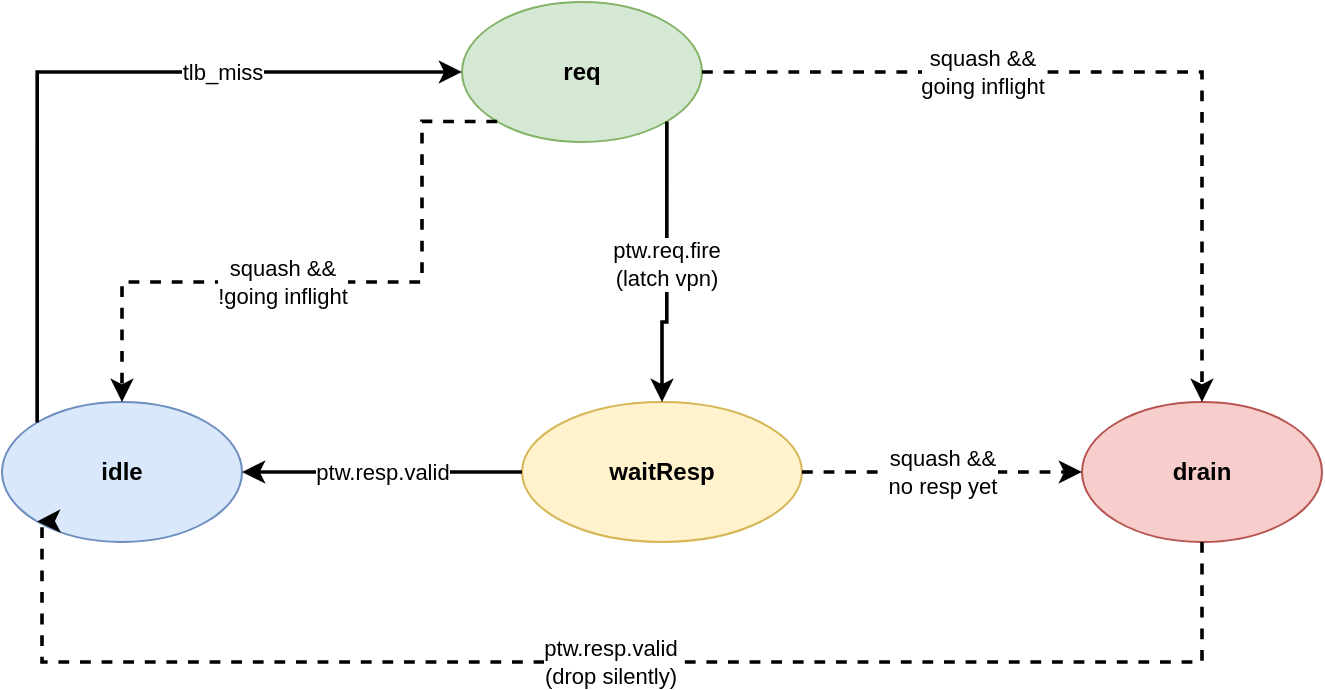
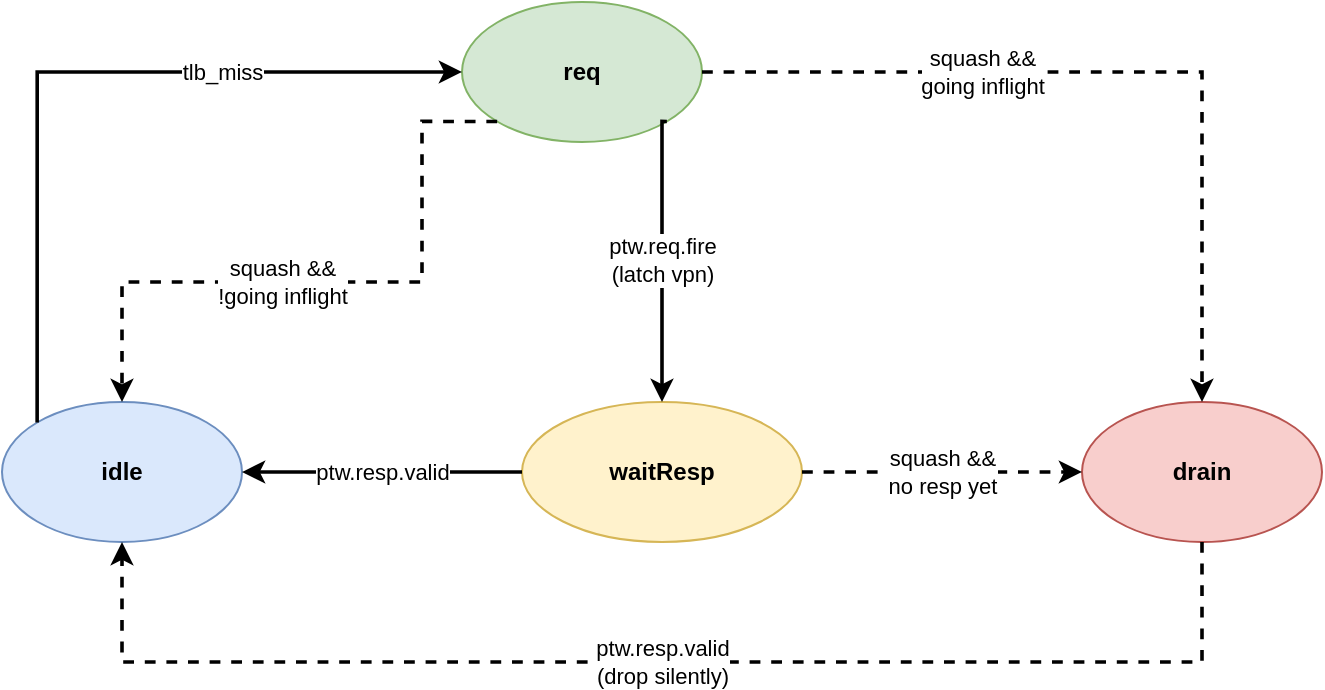
<mxfile host="65bd71144e">
    <diagram id="0cYqlLkk5p51HEr6Kz7O" name="Page-1">
        <mxGraphModel dx="966" dy="786" grid="1" gridSize="10" guides="1" tooltips="1" connect="1" arrows="1" fold="1" page="0" pageScale="1" pageWidth="1100" pageHeight="620" math="0" shadow="0">
            <root>
                <mxCell id="0"/>
                <mxCell id="1" parent="0"/>
                <mxCell id="idle" value="idle" style="ellipse;whiteSpace=wrap;html=1;fillColor=#dae8fc;strokeColor=#6c8ebf;fontStyle=1;" parent="1" vertex="1">
                    <mxGeometry x="60" y="240" width="120" height="70" as="geometry"/>
                </mxCell>
                <mxCell id="req" value="req" style="ellipse;whiteSpace=wrap;html=1;fillColor=#d5e8d4;strokeColor=#82b366;fontStyle=1;" parent="1" vertex="1">
                    <mxGeometry x="290" y="40" width="120" height="70" as="geometry"/>
                </mxCell>
                <mxCell id="wait" value="waitResp" style="ellipse;whiteSpace=wrap;html=1;fillColor=#fff2cc;strokeColor=#d6b656;fontStyle=1;" parent="1" vertex="1">
                    <mxGeometry x="320" y="240" width="140" height="70" as="geometry"/>
                </mxCell>
                <mxCell id="drain" value="drain" style="ellipse;whiteSpace=wrap;html=1;fillColor=#f8cecc;strokeColor=#b85450;fontStyle=1;" parent="1" vertex="1">
                    <mxGeometry x="600" y="240" width="120" height="70" as="geometry"/>
                </mxCell>
                <mxCell id="e1" value="tlb_miss" style=" endArrow=classic;edgeStyle=orthogonalEdgeStyle;rounded=0;html=1;strokeWidth=1.8;exitX=0;exitY=0;exitDx=0;exitDy=0;" parent="1" source="idle" target="req" edge="1">
                    <mxGeometry x="0.3809" relative="1" as="geometry">
                        <Array as="points">
                            <mxPoint x="78" y="75"/>
                        </Array>
                        <mxPoint as="offset"/>
                    </mxGeometry>
                </mxCell>
                <mxCell id="e2" value="ptw.req.fire&#10;(latch vpn)" style=" endArrow=classic;edgeStyle=orthogonalEdgeStyle;rounded=0;html=1;strokeWidth=1.8;exitX=1;exitY=1;exitDx=0;exitDy=0;entryX=0.5;entryY=0;entryDx=0;entryDy=0;" parent="1" source="req" target="wait" edge="1">
                    <mxGeometry relative="1" as="geometry">
                        <Array as="points">
-                             <mxPoint x="392" y="200"/>
-                             <mxPoint x="390" y="200"/>
+                             <mxPoint x="390" y="100"/>
                        </Array>
                    </mxGeometry>
                </mxCell>
                <mxCell id="e3" value="ptw.resp.valid" style=" endArrow=classic;edgeStyle=orthogonalEdgeStyle;rounded=0;html=1;strokeWidth=1.8;" parent="1" source="wait" target="idle" edge="1">
                    <mxGeometry relative="1" as="geometry">
                        <Array as="points">
                            <mxPoint x="260" y="275"/>
                            <mxPoint x="260" y="275"/>
                        </Array>
                    </mxGeometry>
                </mxCell>
                <mxCell id="e4" value="squash &amp;&amp;&#10;going inflight" style=" endArrow=classic;edgeStyle=orthogonalEdgeStyle;rounded=0;html=1;strokeWidth=1.8;dashed=1;exitX=1;exitY=0.5;exitDx=0;exitDy=0;" parent="1" source="req" target="drain" edge="1">
                    <mxGeometry x="-0.3253" relative="1" as="geometry">
                        <Array as="points">
                            <mxPoint x="660" y="75"/>
                        </Array>
                        <mxPoint as="offset"/>
                    </mxGeometry>
                </mxCell>
                <mxCell id="e5" value="squash &amp;&amp;&#10;no resp yet" style=" endArrow=classic;edgeStyle=orthogonalEdgeStyle;rounded=0;html=1;strokeWidth=1.8;dashed=1;" parent="1" source="wait" target="drain" edge="1">
                    <mxGeometry relative="1" as="geometry"/>
                </mxCell>
-                 <mxCell id="e6" value="ptw.resp.valid&#10;(drop silently)" style=" endArrow=classic;edgeStyle=orthogonalEdgeStyle;rounded=0;html=1;strokeWidth=1.8;dashed=1;entryX=0;entryY=1;entryDx=0;entryDy=0;" parent="1" source="drain" target="idle" edge="1">
+                 <mxCell id="e6" value="ptw.resp.valid&#10;(drop silently)" style=" endArrow=classic;edgeStyle=orthogonalEdgeStyle;rounded=0;html=1;strokeWidth=1.8;dashed=1;" parent="1" source="drain" edge="1">
                    <mxGeometry relative="1" as="geometry">
                        <Array as="points">
                            <mxPoint x="660" y="370"/>
-                             <mxPoint x="80" y="370"/>
-                             <mxPoint x="80" y="300"/>
+                             <mxPoint x="120" y="370"/>
                        </Array>
+                         <mxPoint x="120" y="310" as="targetPoint"/>
                    </mxGeometry>
                </mxCell>
                <mxCell id="e7" value="squash &amp;&amp;&#10;!going inflight" style=" endArrow=classic;edgeStyle=orthogonalEdgeStyle;rounded=0;html=1;strokeWidth=1.8;dashed=1;exitY=1;entryY=0;entryX=0.5;entryDx=0;entryDy=0;exitX=0;exitDx=0;exitDy=0;" parent="1" source="req" target="idle" edge="1">
                    <mxGeometry x="0.146" relative="1" as="geometry">
                        <Array as="points">
                            <mxPoint x="270" y="100"/>
                            <mxPoint x="270" y="180"/>
                            <mxPoint x="120" y="180"/>
                        </Array>
                        <mxPoint as="offset"/>
                    </mxGeometry>
                </mxCell>
            </root>
        </mxGraphModel>
    </diagram>
</mxfile>